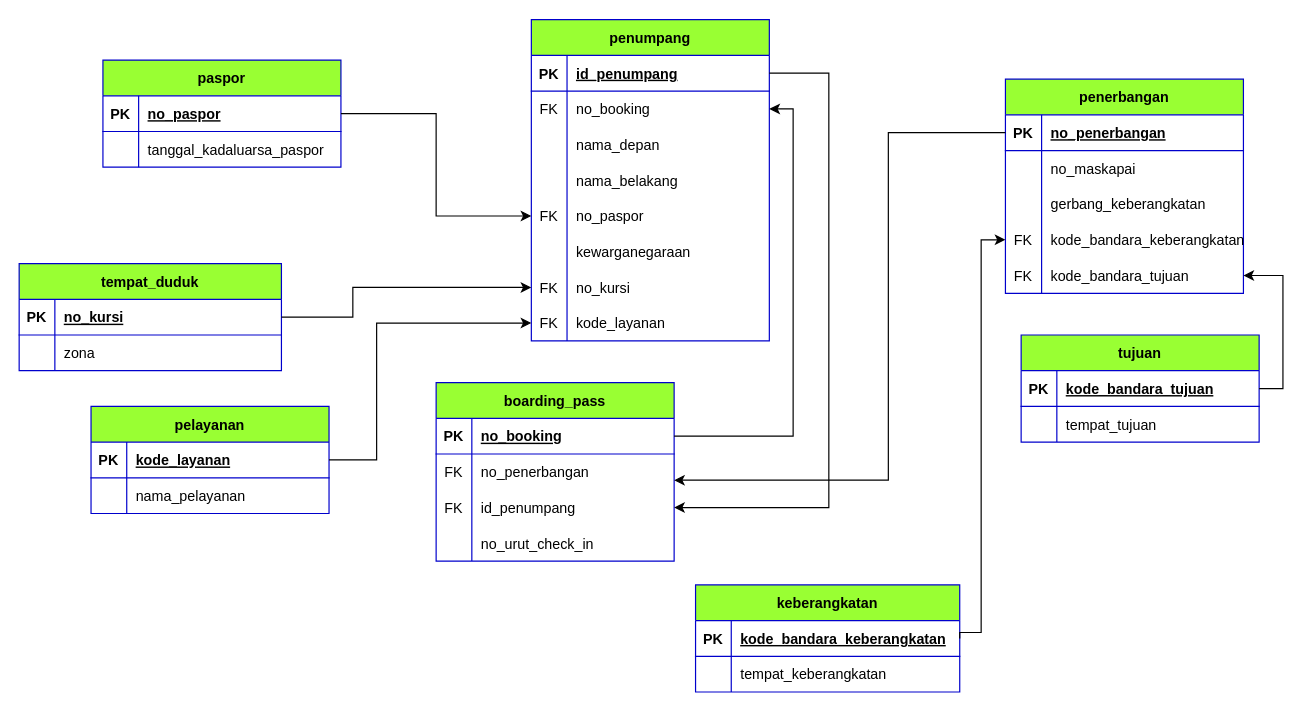
This is page "Halaman-6" (6 of 7) of ER Diagram/ADD.drawio from Edwin-Jaya/Data-Design-Analytics-Project, a draw.io file, before an edit. Source tidied: cells renumbered, new cells numbered last; positions are measured from the earlier drawing's top-left corner, leaving out a move shared by most shapes. Both pictures are drawn from the tidied source at 119%, with x=0, y=0 at pixel (19, 19).
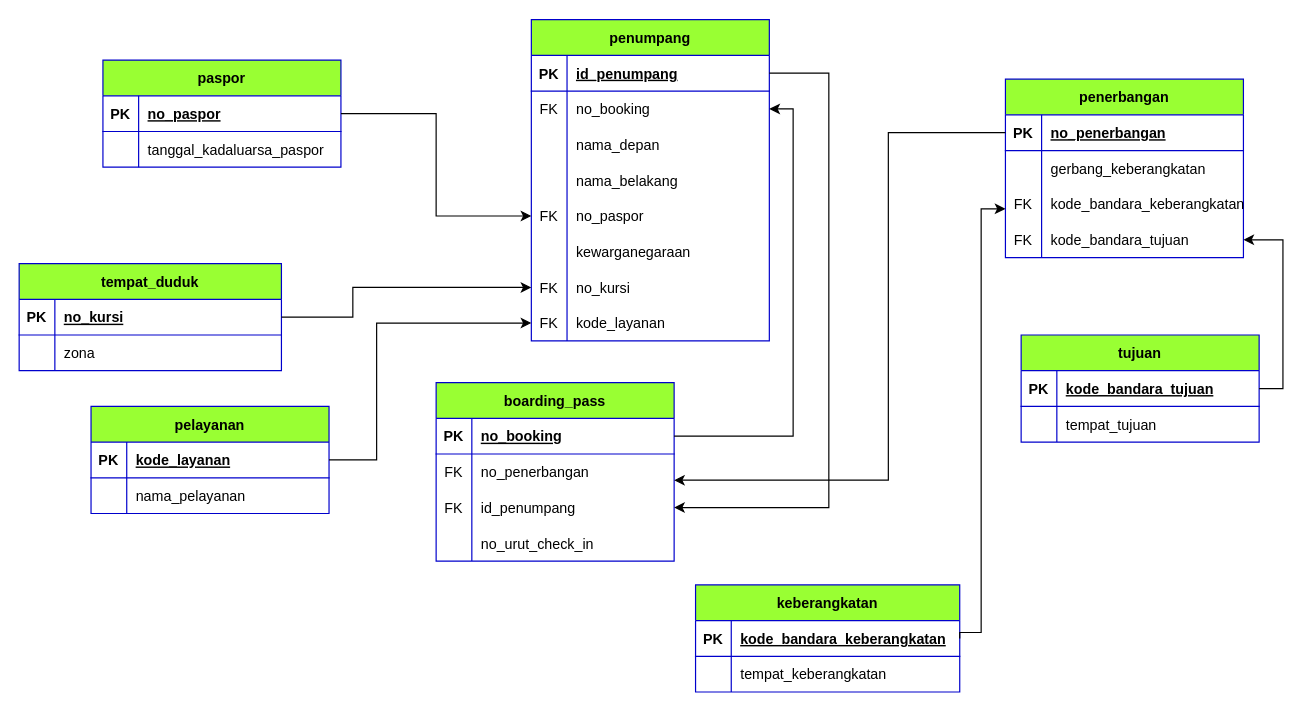
The same diagram, later.

The change refers to these unchanged cells:
```xml
<mxCell id="35" style="shape=tableRow;horizontal=0;startSize=0;swimlaneHead=0;swimlaneBody=0;fillColor=none;points=[[0,0.5],[1,0.5]];portConstraint=eastwest;top=0;left=0;right=0;bottom=1;strokeColor=#0000CC;fontSize=12;" parent="34" vertex="1">
  <mxGeometry y="30" width="222" height="30" as="geometry" />
</mxCell>
```

Diff of the diagram source:
```diff
@@
     <mxCell id="48" value="penerbangan" style="shape=table;startSize=30;childLayout=tableLayout;rowLines=0;fontStyle=1;align=center;strokeColor=#0000CC;fontSize=12;fillColor=#99FF33;" parent="1" vertex="1">
-      <mxGeometry x="828.4" y="50" width="200" height="180" as="geometry" />
+      <mxGeometry x="828.4" y="50" width="200" height="150" as="geometry" />
     </mxCell>
@@
-    <mxCell id="52" style="shape=tableRow;horizontal=0;startSize=0;swimlaneHead=0;swimlaneBody=0;fillColor=none;top=0;left=0;right=0;bottom=0;strokeColor=#0000CC;fontSize=12;" parent="48" vertex="1">
-      <mxGeometry y="60" width="200" height="30" as="geometry" />
-    </mxCell>
-    <mxCell id="53" style="shape=partialRectangle;fillColor=none;top=0;left=0;bottom=0;right=0;overflow=hidden;strokeColor=#0000CC;fontSize=12;" parent="52" vertex="1">
-      <mxGeometry width="30.4" height="30" as="geometry" />
-    </mxCell>
-    <mxCell id="54" value="no_maskapai" style="shape=partialRectangle;fillColor=none;top=0;left=0;bottom=0;right=0;align=left;spacingLeft=6;overflow=hidden;strokeColor=#0000CC;fontSize=12;" parent="52" vertex="1">
-      <mxGeometry x="30.4" width="169.6" height="30" as="geometry" />
-    </mxCell>
     <mxCell id="55" style="shape=tableRow;horizontal=0;startSize=0;swimlaneHead=0;swimlaneBody=0;fillColor=none;top=0;left=0;right=0;bottom=0;strokeColor=#0000CC;fontSize=12;" parent="48" vertex="1">
-      <mxGeometry y="90" width="200" height="30" as="geometry" />
+      <mxGeometry y="60" width="200" height="30" as="geometry" />
     </mxCell>
@@
     <mxCell id="58" style="shape=tableRow;horizontal=0;startSize=0;swimlaneHead=0;swimlaneBody=0;fillColor=none;points=[[0,0.5],[1,0.5]];portConstraint=eastwest;top=0;left=0;right=0;bottom=0;strokeColor=#0000CC;fontSize=12;" parent="48" vertex="1">
-      <mxGeometry y="120" width="200" height="30" as="geometry" />
+      <mxGeometry y="90" width="200" height="30" as="geometry" />
     </mxCell>
@@
     <mxCell id="61" style="shape=tableRow;horizontal=0;startSize=0;swimlaneHead=0;swimlaneBody=0;fillColor=none;points=[[0,0.5],[1,0.5]];portConstraint=eastwest;top=0;left=0;right=0;bottom=0;strokeColor=#0000CC;fontSize=12;" parent="48" vertex="1">
-      <mxGeometry y="150" width="200" height="30" as="geometry" />
+      <mxGeometry y="120" width="200" height="30" as="geometry" />
     </mxCell>
@@
-    <mxCell id="95" style="edgeStyle=orthogonalEdgeStyle;rounded=0;jettySize=auto;html=1;exitX=1;exitY=0.5;exitDx=0;exitDy=0;entryX=0;entryY=0.5;entryDx=0;entryDy=0;" parent="1" edge="1" source="35" target="58">
+    <mxCell id="95" style="edgeStyle=orthogonalEdgeStyle;rounded=0;jettySize=auto;html=1;exitX=1;exitY=0.5;exitDx=0;exitDy=0;" parent="1" edge="1" source="35" target="58">
       <mxGeometry relative="1" as="geometry">
         <Array as="points">
           <mxPoint x="790" y="515" />
           <mxPoint x="808" y="515" />
-          <mxPoint x="808" y="185" />
+          <mxPoint x="808" y="159" />
         </Array>
       </mxGeometry>
     </mxCell>
```
